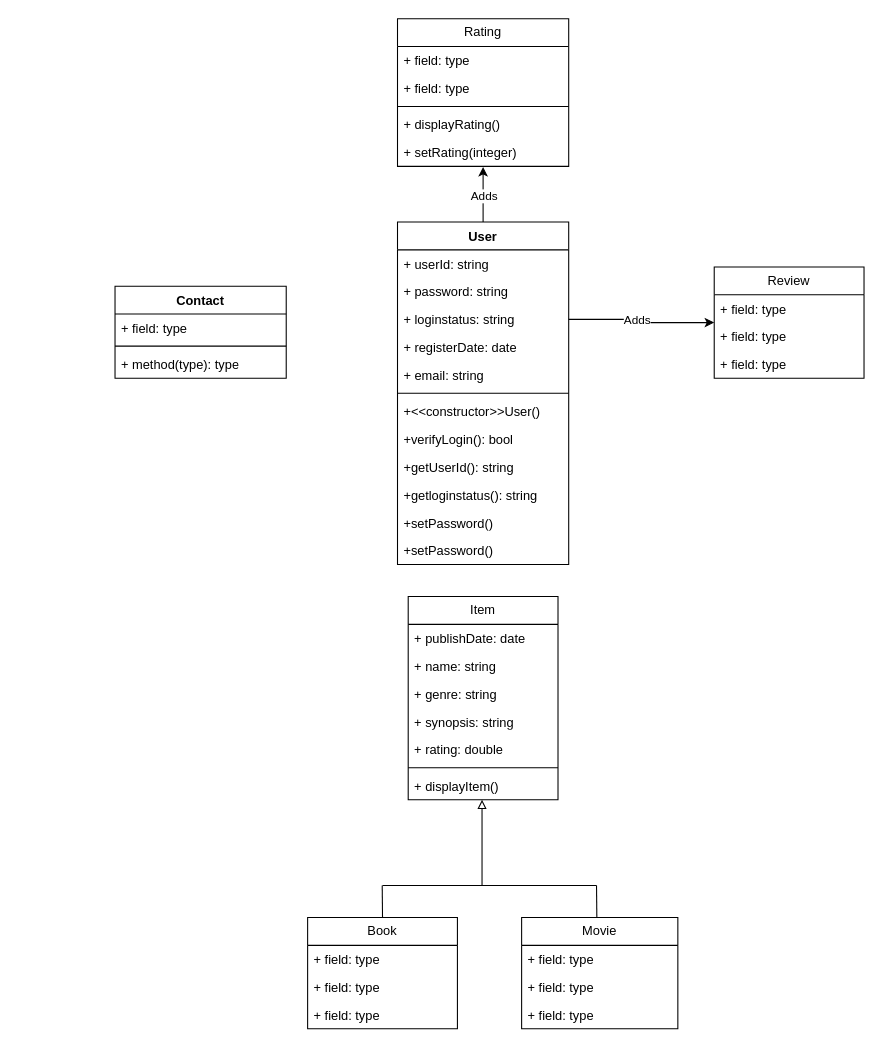
Earlier version of the draw.io diagram RevisedDiagram.drawio (LordDdanielHan/test). Source tidied: cells renumbered, new cells numbered last; positions are measured from the earlier drawing's top-left corner, leaving out a move shared by most shapes. Both pictures are drawn from the tidied source at 107%, with x=0, y=0 at pixel (114, 18).
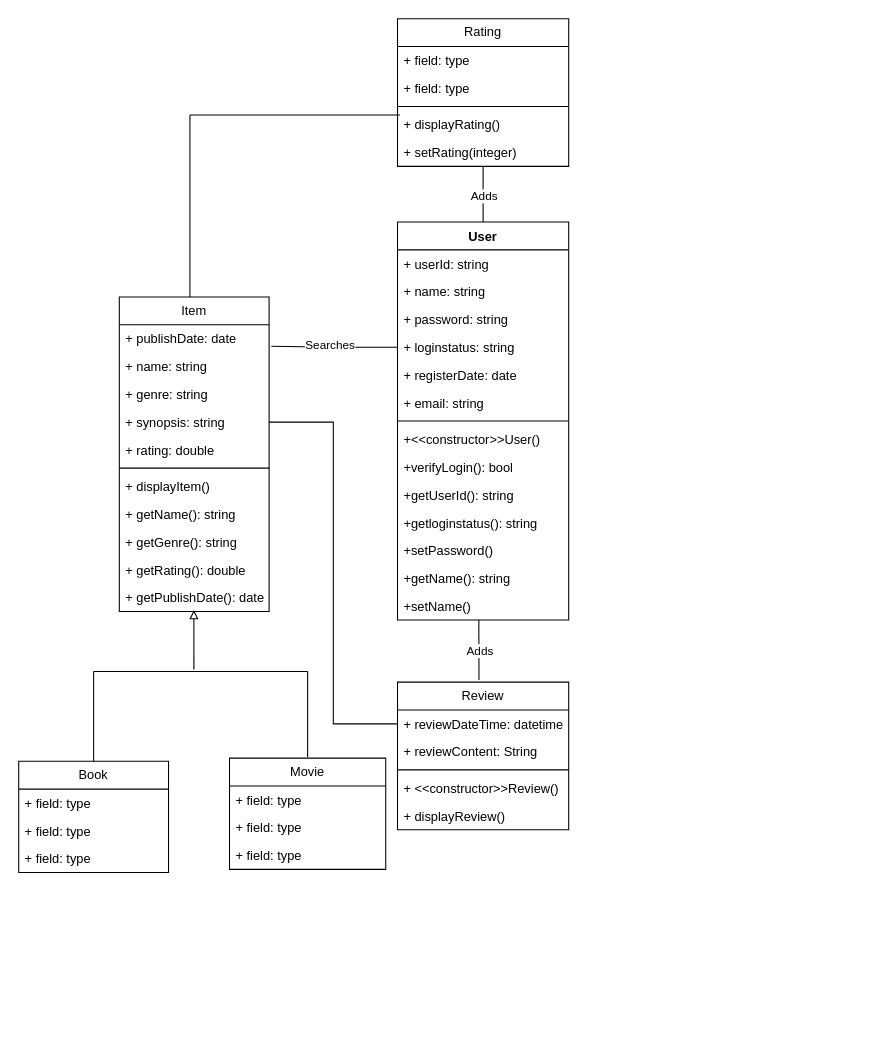
After the change.

Unchanged cells that the change refers to:
```xml
<mxCell id="20" value="+ publishDate: date" style="text;strokeColor=none;fillColor=none;align=left;verticalAlign=top;spacingLeft=4;spacingRight=4;overflow=hidden;points=[[0,0.5],[1,0.5]];portConstraint=eastwest;whiteSpace=wrap;html=1;" parent="19" vertex="1">
  <mxGeometry y="26" width="140" height="26" as="geometry" />
</mxCell>
<mxCell id="23" value="+ synopsis: string" style="text;strokeColor=none;fillColor=none;align=left;verticalAlign=top;spacingLeft=4;spacingRight=4;overflow=hidden;points=[[0,0.5],[1,0.5]];portConstraint=eastwest;whiteSpace=wrap;html=1;" parent="19" vertex="1">
  <mxGeometry y="104" width="140" height="26" as="geometry" />
</mxCell>
<mxCell id="40" value="+ displayRating()" style="text;strokeColor=none;fillColor=none;align=left;verticalAlign=top;spacingLeft=4;spacingRight=4;overflow=hidden;points=[[0,0.5],[1,0.5]];portConstraint=eastwest;whiteSpace=wrap;html=1;" parent="36" vertex="1">
  <mxGeometry y="86" width="160" height="26" as="geometry" />
</mxCell>
<mxCell id="41" value="+ setRating(integer)" style="text;strokeColor=none;fillColor=none;align=left;verticalAlign=top;spacingLeft=4;spacingRight=4;overflow=hidden;points=[[0,0.5],[1,0.5]];portConstraint=eastwest;whiteSpace=wrap;html=1;" parent="36" vertex="1">
  <mxGeometry y="112" width="160" height="26" as="geometry" />
</mxCell>
```

Diff of the diagram source:
```diff
@@
     <mxCell id="2" value="User" style="swimlane;fontStyle=1;align=center;verticalAlign=top;horizontal=1;startSize=26;whiteSpace=wrap;html=1;" parent="1" vertex="1">
-      <mxGeometry x="264" y="190" width="160" height="320" as="geometry" />
+      <mxGeometry x="264" y="190" width="160" height="372" as="geometry" />
     </mxCell>
@@
+    <mxCell id="53" value="+ name: string" style="text;strokeColor=none;fillColor=none;align=left;verticalAlign=top;spacingLeft=4;spacingRight=4;overflow=hidden;whiteSpace=wrap;html=1;" parent="2" vertex="1">
+      <mxGeometry y="52" width="160" height="26" as="geometry" />
+    </mxCell>
     <mxCell id="4" value="+ password: string" style="text;strokeColor=none;fillColor=none;align=left;verticalAlign=top;spacingLeft=4;spacingRight=4;overflow=hidden;whiteSpace=wrap;html=1;" parent="2" vertex="1">
-      <mxGeometry y="52" width="160" height="26" as="geometry" />
+      <mxGeometry y="78" width="160" height="26" as="geometry" />
     </mxCell>
     <mxCell id="5" value="+ loginstatus: string" style="text;strokeColor=none;fillColor=none;align=left;verticalAlign=top;spacingLeft=4;spacingRight=4;overflow=hidden;points=[[0,0.5],[1,0.5]];portConstraint=eastwest;whiteSpace=wrap;html=1;" parent="2" vertex="1">
-      <mxGeometry y="78" width="160" height="26" as="geometry" />
+      <mxGeometry y="104" width="160" height="26" as="geometry" />
     </mxCell>
     <mxCell id="6" value="+ registerDate: date" style="text;strokeColor=none;fillColor=none;align=left;verticalAlign=top;spacingLeft=4;spacingRight=4;overflow=hidden;whiteSpace=wrap;html=1;" parent="2" vertex="1">
-      <mxGeometry y="104" width="160" height="26" as="geometry" />
+      <mxGeometry y="130" width="160" height="26" as="geometry" />
     </mxCell>
     <mxCell id="7" value="+ email: string" style="text;strokeColor=none;fillColor=none;align=left;verticalAlign=top;spacingLeft=4;spacingRight=4;overflow=hidden;whiteSpace=wrap;html=1;" parent="2" vertex="1">
-      <mxGeometry y="130" width="160" height="26" as="geometry" />
+      <mxGeometry y="156" width="160" height="26" as="geometry" />
     </mxCell>
     <mxCell id="8" style="line;strokeWidth=1;fillColor=none;align=left;verticalAlign=middle;spacingTop=-1;spacingLeft=3;spacingRight=3;labelPosition=right;strokeColor=inherit;" parent="2" vertex="1">
-      <mxGeometry y="156" width="160" height="8" as="geometry" />
+      <mxGeometry y="182" width="160" height="8" as="geometry" />
     </mxCell>
     <mxCell id="9" value="+&amp;lt;&amp;lt;constructor&amp;gt;&amp;gt;User()" style="text;strokeColor=none;fillColor=none;align=left;verticalAlign=top;spacingLeft=4;spacingRight=4;overflow=hidden;whiteSpace=wrap;html=1;" parent="2" vertex="1">
-      <mxGeometry y="164" width="160" height="26" as="geometry" />
+      <mxGeometry y="190" width="160" height="26" as="geometry" />
     </mxCell>
     <mxCell id="10" value="+verifyLogin(): bool" style="text;strokeColor=none;fillColor=none;align=left;verticalAlign=top;spacingLeft=4;spacingRight=4;overflow=hidden;whiteSpace=wrap;html=1;" parent="2" vertex="1">
-      <mxGeometry y="190" width="160" height="26" as="geometry" />
+      <mxGeometry y="216" width="160" height="26" as="geometry" />
     </mxCell>
     <mxCell id="11" value="+getUserId(): string" style="text;strokeColor=none;fillColor=none;align=left;verticalAlign=top;spacingLeft=4;spacingRight=4;overflow=hidden;whiteSpace=wrap;html=1;" parent="2" vertex="1">
-      <mxGeometry y="216" width="160" height="26" as="geometry" />
+      <mxGeometry y="242" width="160" height="26" as="geometry" />
     </mxCell>
     <mxCell id="12" value="+getloginstatus(): string" style="text;strokeColor=none;fillColor=none;align=left;verticalAlign=top;spacingLeft=4;spacingRight=4;overflow=hidden;whiteSpace=wrap;html=1;" parent="2" vertex="1">
-      <mxGeometry y="242" width="160" height="26" as="geometry" />
+      <mxGeometry y="268" width="160" height="26" as="geometry" />
     </mxCell>
     <mxCell id="13" value="+setPassword()" style="text;strokeColor=none;fillColor=none;align=left;verticalAlign=top;spacingLeft=4;spacingRight=4;overflow=hidden;whiteSpace=wrap;html=1;" parent="2" vertex="1">
-      <mxGeometry y="268" width="160" height="26" as="geometry" />
+      <mxGeometry y="294" width="160" height="26" as="geometry" />
     </mxCell>
-    <mxCell id="14" value="+setPassword()" style="text;strokeColor=none;fillColor=none;align=left;verticalAlign=top;spacingLeft=4;spacingRight=4;overflow=hidden;whiteSpace=wrap;html=1;" parent="2" vertex="1">
-      <mxGeometry y="294" width="160" height="26" as="geometry" />
+    <mxCell id="14" value="+getName(): string" style="text;strokeColor=none;fillColor=none;align=left;verticalAlign=top;spacingLeft=4;spacingRight=4;overflow=hidden;whiteSpace=wrap;html=1;" parent="2" vertex="1">
+      <mxGeometry y="320" width="160" height="26" as="geometry" />
     </mxCell>
+    <mxCell id="54" value="+setName()" style="text;strokeColor=none;fillColor=none;align=left;verticalAlign=top;spacingLeft=4;spacingRight=4;overflow=hidden;whiteSpace=wrap;html=1;" parent="2" vertex="1">
+      <mxGeometry y="346" width="160" height="26" as="geometry" />
+    </mxCell>
     <mxCell id="15" value="Review" style="swimlane;fontStyle=0;horizontal=1;startSize=26;fillColor=none;whiteSpace=wrap;html=1;" parent="1" vertex="1">
-      <mxGeometry x="560" y="232" width="140" height="104" as="geometry" />
+      <mxGeometry x="264" y="620" width="160" height="138" as="geometry" />
     </mxCell>
-    <mxCell id="16" value="+ field: type" style="text;strokeColor=none;fillColor=none;align=left;verticalAlign=top;spacingLeft=4;spacingRight=4;overflow=hidden;points=[[0,0.5],[1,0.5]];portConstraint=eastwest;whiteSpace=wrap;html=1;" parent="15" vertex="1">
-      <mxGeometry y="26" width="140" height="26" as="geometry" />
+    <mxCell id="16" value="+ reviewDateTime: datetime" style="text;strokeColor=none;fillColor=none;align=left;verticalAlign=top;spacingLeft=4;spacingRight=4;overflow=hidden;points=[[0,0.5],[1,0.5]];portConstraint=eastwest;whiteSpace=wrap;html=1;" parent="15" vertex="1">
+      <mxGeometry y="26" width="160" height="26" as="geometry" />
     </mxCell>
-    <mxCell id="17" value="+ field: type" style="text;strokeColor=none;fillColor=none;align=left;verticalAlign=top;spacingLeft=4;spacingRight=4;overflow=hidden;whiteSpace=wrap;html=1;" parent="15" vertex="1">
-      <mxGeometry y="52" width="140" height="26" as="geometry" />
+    <mxCell id="17" value="+ reviewContent: String" style="text;strokeColor=none;fillColor=none;align=left;verticalAlign=top;spacingLeft=4;spacingRight=4;overflow=hidden;whiteSpace=wrap;html=1;" parent="15" vertex="1">
+      <mxGeometry y="52" width="160" height="26" as="geometry" />
     </mxCell>
+    <mxCell id="55" style="line;strokeWidth=1;fillColor=none;align=left;verticalAlign=middle;spacingTop=-1;spacingLeft=3;spacingRight=3;labelPosition=right;strokeColor=inherit;" parent="15" vertex="1">
+      <mxGeometry y="78" width="160" height="8" as="geometry" />
+    </mxCell>
-    <mxCell id="18" value="+ field: type" style="text;strokeColor=none;fillColor=none;align=left;verticalAlign=top;spacingLeft=4;spacingRight=4;overflow=hidden;whiteSpace=wrap;html=1;" parent="15" vertex="1">
-      <mxGeometry y="78" width="140" height="26" as="geometry" />
+    <mxCell id="18" value="+ &amp;lt;&amp;lt;constructor&amp;gt;&amp;gt;Review()" style="text;strokeColor=none;fillColor=none;align=left;verticalAlign=top;spacingLeft=4;spacingRight=4;overflow=hidden;whiteSpace=wrap;html=1;" parent="15" vertex="1">
+      <mxGeometry y="86" width="160" height="26" as="geometry" />
     </mxCell>
+    <mxCell id="56" value="+ displayReview()" style="text;strokeColor=none;fillColor=none;align=left;verticalAlign=top;spacingLeft=4;spacingRight=4;overflow=hidden;whiteSpace=wrap;html=1;" parent="15" vertex="1">
+      <mxGeometry y="112" width="160" height="26" as="geometry" />
+    </mxCell>
     <mxCell id="19" value="Item" style="swimlane;fontStyle=0;horizontal=1;startSize=26;fillColor=none;whiteSpace=wrap;html=1;" parent="1" vertex="1">
-      <mxGeometry x="274" y="540" width="140" height="190" as="geometry" />
+      <mxGeometry x="4" y="260" width="140" height="294" as="geometry" />
     </mxCell>
@@
-    <mxCell id="27" style="edgeStyle=orthogonalEdgeStyle;rounded=0;orthogonalLoop=1;jettySize=auto;html=1;endArrow=block;endFill=0;" parent="1" edge="1">
-      <mxGeometry relative="1" as="geometry">
-        <mxPoint x="343" y="810" as="sourcePoint" />
-        <mxPoint x="343" y="730" as="targetPoint" />
-        <Array as="points">
-          <mxPoint x="343" y="730" />
-        </Array>
-      </mxGeometry>
-    </mxCell>
+    <mxCell id="57" value="+ getName(): string" style="text;strokeColor=none;fillColor=none;align=left;verticalAlign=top;spacingLeft=4;spacingRight=4;overflow=hidden;whiteSpace=wrap;html=1;" parent="19" vertex="1">
+      <mxGeometry y="190" width="140" height="26" as="geometry" />
+    </mxCell>
+    <mxCell id="58" value="+ getGenre(): string" style="text;strokeColor=none;fillColor=none;align=left;verticalAlign=top;spacingLeft=4;spacingRight=4;overflow=hidden;whiteSpace=wrap;html=1;" parent="19" vertex="1">
+      <mxGeometry y="216" width="140" height="26" as="geometry" />
+    </mxCell>
+    <mxCell id="59" value="+ getRating(): double" style="text;strokeColor=none;fillColor=none;align=left;verticalAlign=top;spacingLeft=4;spacingRight=4;overflow=hidden;whiteSpace=wrap;html=1;" parent="19" vertex="1">
+      <mxGeometry y="242" width="140" height="26" as="geometry" />
+    </mxCell>
+    <mxCell id="60" value="+ getPublishDate(): date" style="text;strokeColor=none;fillColor=none;align=left;verticalAlign=top;spacingLeft=4;spacingRight=4;overflow=hidden;points=[[0,0.5],[1,0.5]];portConstraint=eastwest;whiteSpace=wrap;html=1;" parent="19" vertex="1">
+      <mxGeometry y="268" width="140" height="26" as="geometry" />
+    </mxCell>
     <mxCell id="28" value="Book" style="swimlane;fontStyle=0;horizontal=1;startSize=26;fillColor=none;whiteSpace=wrap;html=1;" parent="1" vertex="1">
-      <mxGeometry x="180" y="840" width="140" height="104" as="geometry" />
+      <mxGeometry x="-90" y="694" width="140" height="104" as="geometry" />
     </mxCell>
@@
     <mxCell id="32" value="Movie" style="swimlane;fontStyle=0;horizontal=1;startSize=26;fillColor=none;whiteSpace=wrap;html=1;" parent="1" vertex="1">
-      <mxGeometry x="380" y="840" width="146" height="104" as="geometry" />
+      <mxGeometry x="107" y="691" width="146" height="104" as="geometry" />
     </mxCell>
@@
-    <mxCell id="42" value="Contact" style="swimlane;fontStyle=1;align=center;verticalAlign=top;horizontal=1;startSize=26;whiteSpace=wrap;html=1;" parent="1" vertex="1">
-      <mxGeometry y="250" width="160" height="86" as="geometry" />
-    </mxCell>
-    <mxCell id="43" value="+ field: type" style="text;strokeColor=none;fillColor=none;align=left;verticalAlign=top;spacingLeft=4;spacingRight=4;overflow=hidden;whiteSpace=wrap;html=1;" parent="42" vertex="1">
-      <mxGeometry y="26" width="160" height="26" as="geometry" />
-    </mxCell>
-    <mxCell id="44" style="line;strokeWidth=1;fillColor=none;align=left;verticalAlign=middle;spacingTop=-1;spacingLeft=3;spacingRight=3;labelPosition=right;strokeColor=inherit;" parent="42" vertex="1">
-      <mxGeometry y="52" width="160" height="8" as="geometry" />
-    </mxCell>
-    <mxCell id="45" value="+ method(type): type" style="text;strokeColor=none;fillColor=none;align=left;verticalAlign=top;spacingLeft=4;spacingRight=4;overflow=hidden;whiteSpace=wrap;html=1;" parent="42" vertex="1">
-      <mxGeometry y="60" width="160" height="26" as="geometry" />
-    </mxCell>
-    <mxCell id="46" style="edgeStyle=orthogonalEdgeStyle;rounded=0;jettySize=auto;html=1;" parent="1" edge="1" source="5" target="15">
-      <mxGeometry relative="1" as="geometry" />
-    </mxCell>
-    <mxCell id="47" value="Adds" style="edgeLabel;html=1;align=center;verticalAlign=middle;" parent="46" vertex="1">
-      <mxGeometry x="-0.32" y="2" relative="1" as="geometry">
-        <mxPoint x="16" y="2" as="offset" />
-      </mxGeometry>
-    </mxCell>
-    <mxCell id="48" style="edgeStyle=orthogonalEdgeStyle;rounded=0;jettySize=auto;html=1;exitX=0.5;exitY=0;exitDx=0;exitDy=0;entryX=0.5;entryY=1.02;entryDx=0;entryDy=0;entryPerimeter=0;" parent="1" edge="1" source="2" target="41">
+    <mxCell id="48" style="edgeStyle=orthogonalEdgeStyle;rounded=0;jettySize=auto;html=1;exitX=0.5;exitY=0;exitDx=0;exitDy=0;entryX=0.5;entryY=1.02;entryDx=0;entryDy=0;entryPerimeter=0;endArrow=none;endFill=0;" parent="1" edge="1" source="2" target="41">
       <mxGeometry relative="1" as="geometry" />
     </mxCell>
@@
     <mxCell id="50" style="endArrow=none;html=1;rounded=0;" parent="1" edge="1">
       <mxGeometry relative="1" as="geometry">
-        <mxPoint x="250" y="810" as="sourcePoint" />
-        <mxPoint x="450" y="810" as="targetPoint" />
+        <mxPoint x="-20" y="610" as="sourcePoint" />
+        <mxPoint x="180" y="610" as="targetPoint" />
       </mxGeometry>
     </mxCell>
     <mxCell id="51" style="endArrow=none;html=1;rounded=0;exitX=0.5;exitY=0;exitDx=0;exitDy=0;" parent="1" edge="1" source="28">
       <mxGeometry relative="1" as="geometry">
-        <mxPoint x="249.7" y="810" as="targetPoint" />
+        <mxPoint x="-20" y="610" as="targetPoint" />
       </mxGeometry>
     </mxCell>
-    <mxCell id="52" style="endArrow=none;html=1;rounded=0;exitX=0.5;exitY=0;exitDx=0;exitDy=0;" parent="1" edge="1">
+    <mxCell id="52" style="endArrow=none;html=1;rounded=0;" parent="1" edge="1">
       <mxGeometry relative="1" as="geometry">
-        <mxPoint x="450.3" y="840" as="sourcePoint" />
-        <mxPoint x="450" y="810" as="targetPoint" />
+        <mxPoint x="180" y="690" as="sourcePoint" />
+        <mxPoint x="180" y="610" as="targetPoint" />
       </mxGeometry>
     </mxCell>
+    <mxCell id="61" style="endArrow=block;html=1;rounded=0;endFill=0;entryX=0.498;entryY=0.95;entryDx=0;entryDy=0;entryPerimeter=0;" parent="1" edge="1" target="60">
+      <mxGeometry relative="1" as="geometry">
+        <mxPoint x="73.7" y="608.3" as="sourcePoint" />
+      </mxGeometry>
+    </mxCell>
+    <mxCell id="62" style="edgeStyle=orthogonalEdgeStyle;rounded=0;jettySize=auto;html=1;exitX=0;exitY=0.5;exitDx=0;exitDy=0;entryX=1.015;entryY=0.775;entryDx=0;entryDy=0;entryPerimeter=0;endArrow=none;endFill=0;" parent="1" edge="1" source="5" target="20">
+      <mxGeometry relative="1" as="geometry" />
+    </mxCell>
+    <mxCell id="63" value="Searches" style="edgeLabel;html=1;align=center;verticalAlign=middle;" parent="62" vertex="1">
+      <mxGeometry x="0.08" y="-2" relative="1" as="geometry" />
+    </mxCell>
+    <mxCell id="64" style="endArrow=none;html=1;rounded=0;" parent="1" edge="1">
+      <mxGeometry relative="1" as="geometry">
+        <mxPoint x="70" y="260" as="sourcePoint" />
+        <mxPoint x="70" y="90" as="targetPoint" />
+      </mxGeometry>
+    </mxCell>
+    <mxCell id="65" style="endArrow=none;html=1;rounded=0;entryX=0.014;entryY=0.153;entryDx=0;entryDy=0;entryPerimeter=0;" parent="1" edge="1" target="40">
+      <mxGeometry relative="1" as="geometry">
+        <mxPoint x="70" y="90" as="sourcePoint" />
+      </mxGeometry>
+    </mxCell>
+    <mxCell id="66" style="edgeStyle=orthogonalEdgeStyle;rounded=0;jettySize=auto;html=1;exitX=1;exitY=0.5;exitDx=0;exitDy=0;entryX=0;entryY=0.5;entryDx=0;entryDy=0;endArrow=none;endFill=0;" parent="1" edge="1" source="23" target="16">
+      <mxGeometry relative="1" as="geometry" />
+    </mxCell>
+    <mxCell id="67" style="endArrow=none;html=1;rounded=0;exitX=0.476;exitY=-0.015;exitDx=0;exitDy=0;exitPerimeter=0;" parent="1" edge="1" source="15">
+      <mxGeometry relative="1" as="geometry">
+        <mxPoint x="340" y="562" as="targetPoint" />
+      </mxGeometry>
+    </mxCell>
+    <mxCell id="47" value="Adds" style="edgeLabel;html=1;align=center;verticalAlign=middle;" parent="67" vertex="1">
+      <mxGeometry x="-0.04" relative="1" as="geometry" />
+    </mxCell>
```
